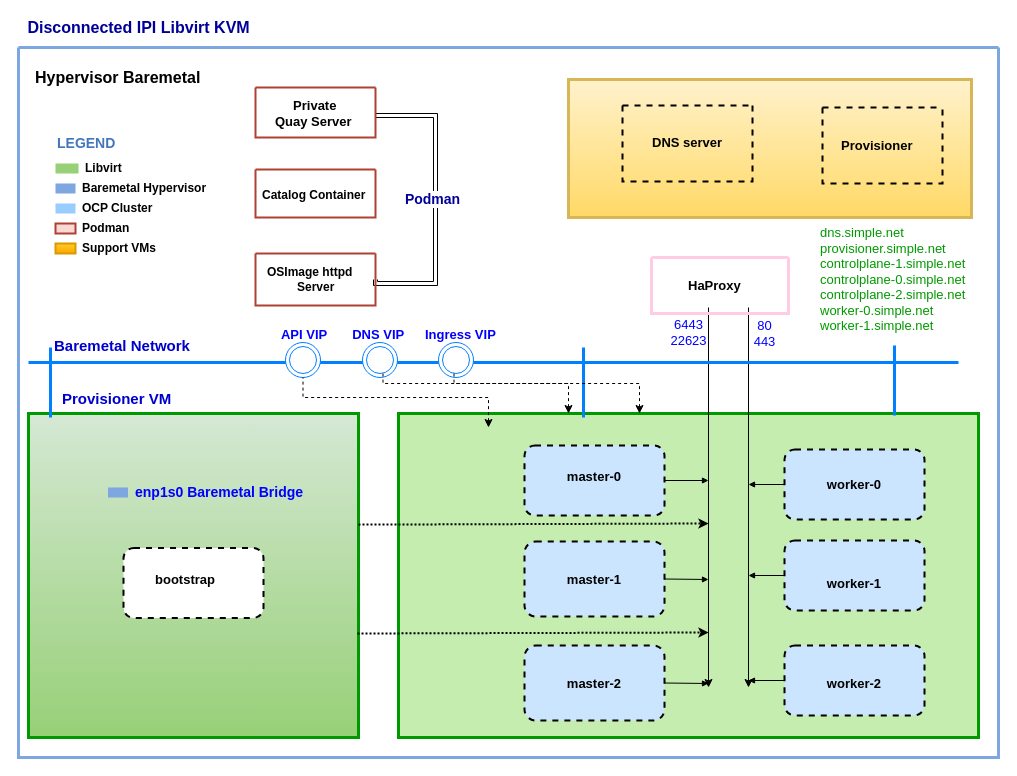
The draw.io diagram Untitled Diagram.drawio in ansvu/ava-project, before the edit. Source tidied: cells renumbered, new cells numbered last; positions are measured from the earlier drawing's top-left corner, leaving out a move shared by most shapes. Both pictures are drawn from the tidied source at 100%, with x=0, y=0 at pixel (18, 17).
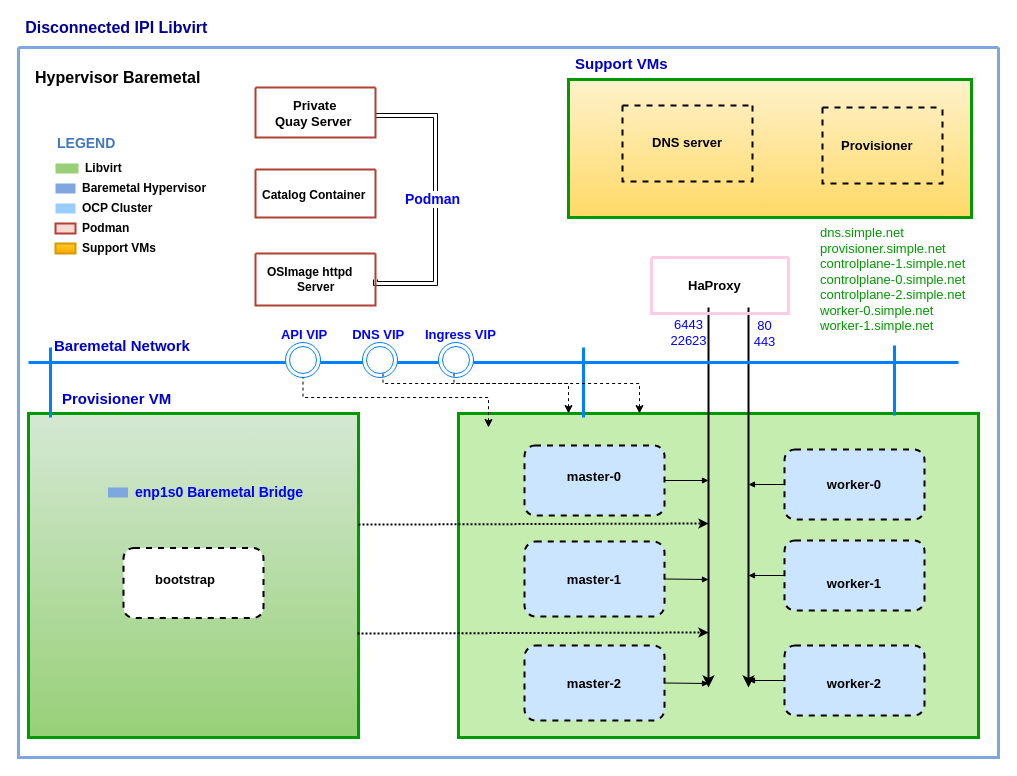
The same page after the edit.

Unchanged cells that the change refers to:
```xml
<mxCell id="2" value="&lt;span style=&quot;color: rgb(66, 119, 187); font-family: helvetica; font-size: 12px; font-style: normal; font-weight: 400; letter-spacing: normal; text-align: left; text-indent: 0px; text-transform: none; word-spacing: 0px; background-color: rgb(248, 249, 250); display: inline; float: none;&quot;&gt;Application component&lt;/span&gt;" style="swimlane;shadow=0;strokeColor=#7EA6E0;fillColor=#D4E1F5;align=right;startSize=0;noLabel=1;strokeWidth=3;" parent="1" vertex="1">
  <mxGeometry y="30" width="980" height="710" as="geometry" />
</mxCell>
```

Change to the diagram source:
```diff
@@
-    <mxCell id="14" value="&lt;font style=&quot;font-size: 14px&quot; color=&quot;#000099&quot;&gt;&lt;b&gt;Podman&lt;/b&gt;&lt;/font&gt;" style="text;html=1;align=center;verticalAlign=middle;fillColor=none;strokeColor=none;rounded=0;labelBackgroundColor=default;fontSize=12;fontColor=default;" parent="2" vertex="1">
+    <mxCell id="14" value="&lt;font style=&quot;font-size: 14px&quot; color=&quot;#0000ff&quot;&gt;&lt;b&gt;Podman&lt;/b&gt;&lt;/font&gt;" style="text;html=1;align=center;verticalAlign=middle;fillColor=none;strokeColor=none;rounded=0;labelBackgroundColor=default;fontSize=12;fontColor=default;" parent="2" vertex="1">
       <mxGeometry x="379" y="142" width="70" height="20" as="geometry" />
     </mxCell>
     <mxCell id="15" style="rounded=0;whiteSpace=wrap;html=1;labelBackgroundColor=default;fontSize=17;fontColor=#000099;fillColor=#C4EDAF;gradientColor=none;strokeWidth=3;strokeColor=#009900;" parent="2" vertex="1">
-      <mxGeometry x="380" y="366" width="580" height="324" as="geometry" />
+      <mxGeometry x="440" y="366" width="520" height="324" as="geometry" />
     </mxCell>
@@
-    <mxCell id="30" style="endArrow=classic;html=1;rounded=0;fontSize=17;fontColor=#000000;" parent="2" edge="1">
+    <mxCell id="30" style="endArrow=classic;html=1;rounded=0;fontSize=17;fontColor=#000000;strokeWidth=2;" parent="2" edge="1">
       <mxGeometry relative="1" as="geometry">
         <mxPoint x="690" y="260" as="sourcePoint" />
         <mxPoint x="690" y="640" as="targetPoint" />
       </mxGeometry>
     </mxCell>
@@
-    <mxCell id="33" style="endArrow=classic;html=1;rounded=0;fontSize=17;fontColor=#000000;" parent="2" edge="1">
+    <mxCell id="33" style="endArrow=classic;html=1;rounded=0;fontSize=17;fontColor=#000000;strokeWidth=2;" parent="2" edge="1">
       <mxGeometry relative="1" as="geometry">
         <mxPoint x="730" y="260" as="sourcePoint" />
         <mxPoint x="730" y="640" as="targetPoint" />
       </mxGeometry>
     </mxCell>
@@
-    <mxCell id="45" style="rounded=0;whiteSpace=wrap;html=1;labelBackgroundColor=default;fontSize=17;fillColor=#fff2cc;gradientColor=#ffd966;strokeWidth=3;strokeColor=#d6b656;" parent="2" vertex="1">
+    <mxCell id="45" style="rounded=0;whiteSpace=wrap;html=1;labelBackgroundColor=default;fontSize=17;fillColor=#fff2cc;gradientColor=#ffd966;strokeWidth=3;strokeColor=#009900;" parent="2" vertex="1">
       <mxGeometry x="550" y="32" width="403" height="138" as="geometry" />
     </mxCell>
@@
+    <mxCell id="75" value="&lt;font&gt;&lt;font style=&quot;font-size: 15px&quot; color=&quot;#0000cc&quot;&gt;Support VMs&lt;/font&gt;&lt;br&gt;&lt;/font&gt;" style="text;html=1;align=left;verticalAlign=middle;fontColor=#4277BB;shadow=0;dashed=0;strokeColor=none;fillColor=none;labelBackgroundColor=none;fontStyle=1;fontSize=9;spacingLeft=5;" parent="2" vertex="1">
+      <mxGeometry x="550" width="141" height="32" as="geometry" />
+    </mxCell>
-    <mxCell id="66" value="&lt;font color=&quot;#000099&quot; size=&quot;1&quot;&gt;&lt;b style=&quot;font-size: 16px&quot;&gt;Disconnected IPI Libvirt KVM&lt;/b&gt;&lt;/font&gt;" style="text;html=1;align=center;verticalAlign=middle;fillColor=none;strokeColor=none;rounded=0;labelBackgroundColor=default;fontSize=12;fontColor=default;" parent="1" vertex="1">
-      <mxGeometry width="240" height="20" as="geometry" />
+    <mxCell id="66" value="&lt;font color=&quot;#000099&quot; size=&quot;1&quot;&gt;&lt;b style=&quot;font-size: 16px&quot;&gt;Disconnected IPI Libvirt&amp;nbsp;&lt;/b&gt;&lt;/font&gt;" style="text;html=1;align=center;verticalAlign=middle;fillColor=none;strokeColor=none;rounded=0;labelBackgroundColor=default;fontSize=12;fontColor=default;" parent="1" vertex="1">
+      <mxGeometry width="200" height="20" as="geometry" />
     </mxCell>
```
